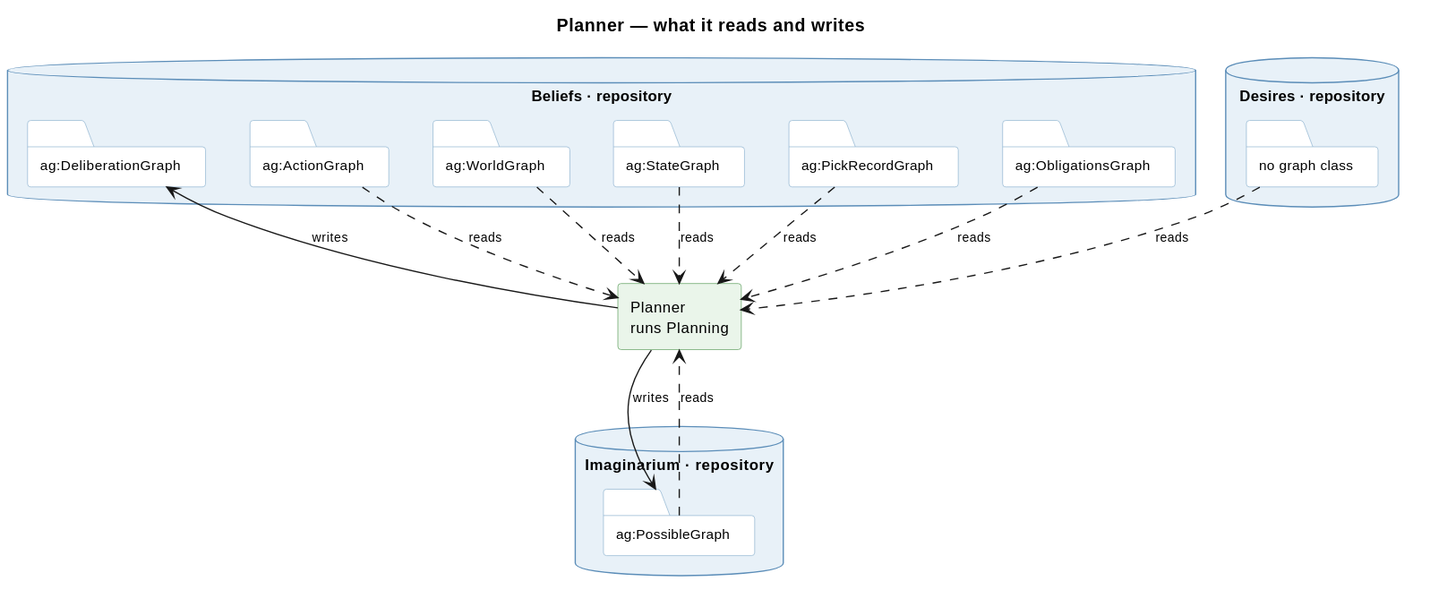
Earlier version of the PlantUML export knowledge/diagrams/service-planner.svg (ShishkinDmitriy/orexis). The source it was exported from:
```plantuml
@startuml
title Planner — what it reads and writes

skinparam componentStyle rectangle
skinparam shadowing false
skinparam defaultFontSize 12
skinparam titleFontSize 14
skinparam ArrowFontSize 10
skinparam database {
  BackgroundColor #E8F1F8
  BorderColor #5B8DB8
}
skinparam folder {
  BackgroundColor #FFFFFF
  BorderColor #8FB4D0
  FontSize 11
}
skinparam component {
  BackgroundColor #EAF5EA
  BorderColor #5E9E5E
}


database "Beliefs · repository" as BEL {
  folder "ag:ActionGraph" as A
  folder "ag:WorldGraph" as W
  folder "ag:StateGraph" as S
  folder "ag:PickRecordGraph" as P
  folder "ag:ObligationsGraph" as O
  folder "ag:DeliberationGraph" as D
}

database "Desires · repository" as DES {
  folder "no graph class" as X
}

database "Imaginarium · repository" as IMG {
  folder "ag:PossibleGraph" as V
}

component "Planner\nruns Planning" as PL


A ..> PL : reads
W ..> PL : reads
S ..> PL : reads
P ..> PL : reads
O ..> PL : reads
X ..> PL : reads
V ..> PL : reads
PL --> V : writes
PL --> D : writes
@enduml
```
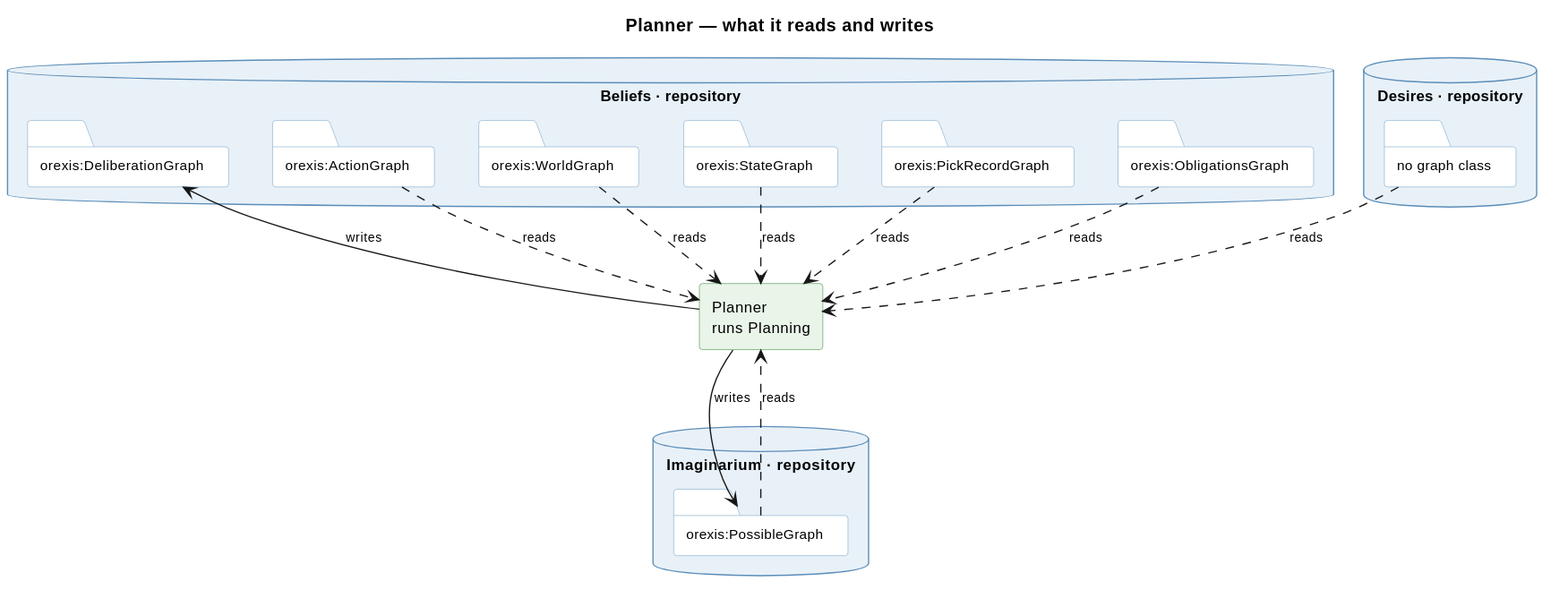
The same diagram one commit later.

What changed in the source:
```diff
@@ -22,12 +22,12 @@
 
 
 database "Beliefs · repository" as BEL {
-  folder "ag:ActionGraph" as A
-  folder "ag:WorldGraph" as W
-  folder "ag:StateGraph" as S
-  folder "ag:PickRecordGraph" as P
-  folder "ag:ObligationsGraph" as O
-  folder "ag:DeliberationGraph" as D
+  folder "orexis:ActionGraph" as A
+  folder "orexis:WorldGraph" as W
+  folder "orexis:StateGraph" as S
+  folder "orexis:PickRecordGraph" as P
+  folder "orexis:ObligationsGraph" as O
+  folder "orexis:DeliberationGraph" as D
 }
 
 database "Desires · repository" as DES {
@@ -35,7 +35,7 @@
 }
 
 database "Imaginarium · repository" as IMG {
-  folder "ag:PossibleGraph" as V
+  folder "orexis:PossibleGraph" as V
 }
 
 component "Planner\nruns Planning" as PL
```
